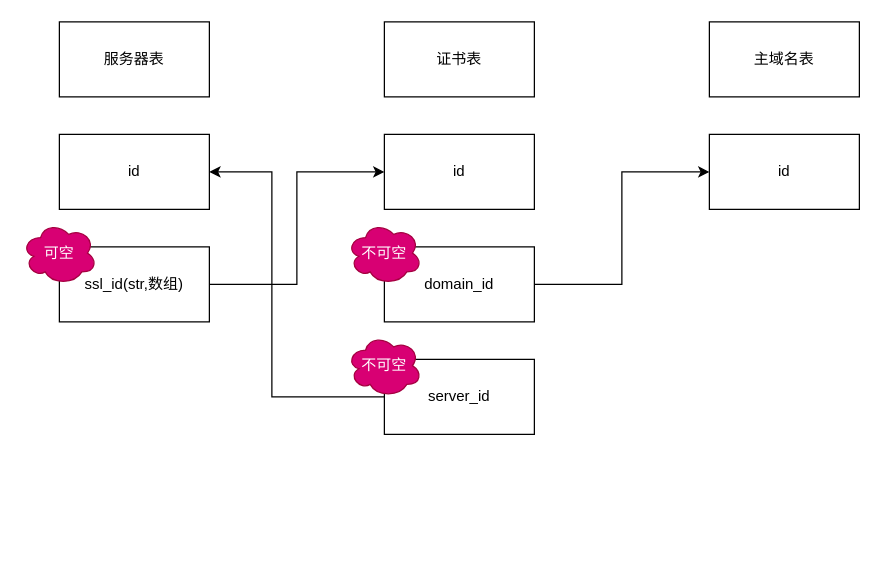
This is auto_ssl_push_svn表逻辑.drawio from buyfakett/auto_ssl_push_svn, a draw.io file, before an edit. Source tidied: cells renumbered, new cells numbered last; positions are measured from the earlier drawing's top-left corner, leaving out a move shared by most shapes. Both pictures are drawn from the tidied source at 125%, with x=0, y=0 at pixel (21, 21).
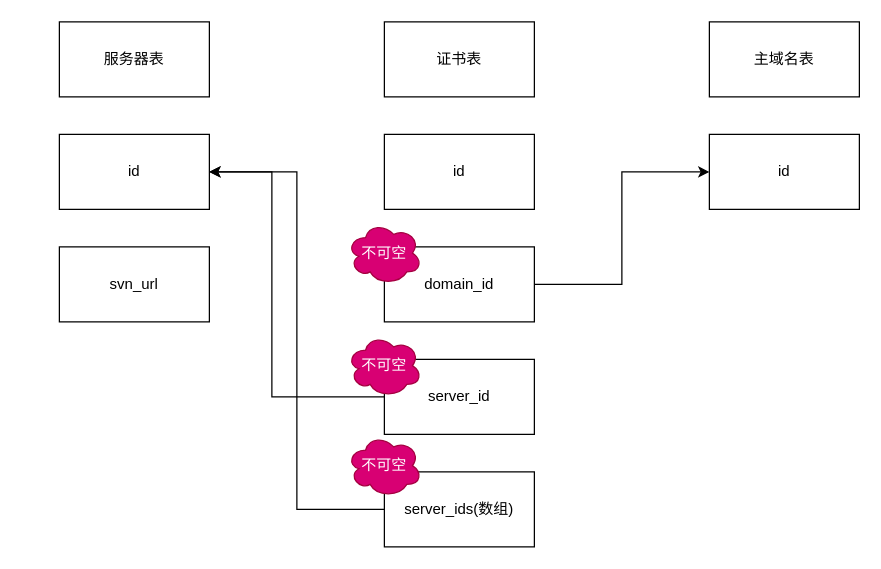
The same diagram, later.

Diff of the diagram source:
```diff
@@
 <mxGraphModel>
   <root>
     <mxCell id="0" />
     <mxCell id="1" parent="0" />
     <mxCell id="2" value="服务器表" style="rounded=0;whiteSpace=wrap;html=1;" parent="1" vertex="1">
       <mxGeometry x="30" width="120" height="60" as="geometry" />
     </mxCell>
     <mxCell id="3" value="证书表" style="rounded=0;whiteSpace=wrap;html=1;" parent="1" vertex="1">
       <mxGeometry x="290" width="120" height="60" as="geometry" />
     </mxCell>
     <mxCell id="4" value="主域名表" style="rounded=0;whiteSpace=wrap;html=1;" parent="1" vertex="1">
       <mxGeometry x="550" width="120" height="60" as="geometry" />
     </mxCell>
     <mxCell id="5" value="id" style="rounded=0;whiteSpace=wrap;html=1;" parent="1" vertex="1">
       <mxGeometry x="30" y="90" width="120" height="60" as="geometry" />
     </mxCell>
     <mxCell id="6" value="id" style="rounded=0;whiteSpace=wrap;html=1;" parent="1" vertex="1">
       <mxGeometry x="550" y="90" width="120" height="60" as="geometry" />
     </mxCell>
     <mxCell id="7" value="id" style="rounded=0;whiteSpace=wrap;html=1;" parent="1" vertex="1">
       <mxGeometry x="290" y="90" width="120" height="60" as="geometry" />
     </mxCell>
-    <mxCell id="8" style="edgeStyle=orthogonalEdgeStyle;rounded=0;jettySize=auto;html=1;entryX=0;entryY=0.5;entryDx=0;entryDy=0;" parent="1" edge="1" source="9" target="7">
-      <mxGeometry relative="1" as="geometry" />
-    </mxCell>
+    <mxCell id="17" style="edgeStyle=orthogonalEdgeStyle;rounded=0;jettySize=auto;html=1;entryX=1;entryY=0.5;entryDx=0;entryDy=0;" parent="1" edge="1" source="9" target="5">
+      <mxGeometry relative="1" as="geometry" />
+    </mxCell>
-    <mxCell id="9" value="ssl_id(str,数组)" style="rounded=0;whiteSpace=wrap;html=1;" parent="1" vertex="1">
-      <mxGeometry x="30" y="180" width="120" height="60" as="geometry" />
+    <mxCell id="9" value="server_ids(数组)" style="rounded=0;whiteSpace=wrap;html=1;" parent="1" vertex="1">
+      <mxGeometry x="290" y="360" width="120" height="60" as="geometry" />
     </mxCell>
     <mxCell id="10" style="edgeStyle=orthogonalEdgeStyle;rounded=0;jettySize=auto;html=1;exitX=1;exitY=0.5;exitDx=0;exitDy=0;entryX=0;entryY=0.5;entryDx=0;entryDy=0;" parent="1" edge="1" source="11" target="6">
       <mxGeometry relative="1" as="geometry" />
     </mxCell>
     <mxCell id="11" value="domain_id" style="rounded=0;whiteSpace=wrap;html=1;" parent="1" vertex="1">
       <mxGeometry x="290" y="180" width="120" height="60" as="geometry" />
     </mxCell>
     <mxCell id="12" style="edgeStyle=orthogonalEdgeStyle;rounded=0;jettySize=auto;html=1;entryX=1;entryY=0.5;entryDx=0;entryDy=0;" parent="1" edge="1" source="13" target="5">
       <mxGeometry relative="1" as="geometry">
         <Array as="points">
           <mxPoint x="200" y="300" />
           <mxPoint x="200" y="120" />
         </Array>
       </mxGeometry>
     </mxCell>
     <mxCell id="13" value="server_id" style="rounded=0;whiteSpace=wrap;html=1;" parent="1" vertex="1">
       <mxGeometry x="290" y="270" width="120" height="60" as="geometry" />
     </mxCell>
-    <mxCell id="14" value="可空" style="ellipse;shape=cloud;whiteSpace=wrap;html=1;fillColor=#d80073;fontColor=#ffffff;strokeColor=#A50040;" parent="1" vertex="1">
-      <mxGeometry y="160" width="60" height="50" as="geometry" />
-    </mxCell>
     <mxCell id="15" value="不可空" style="ellipse;shape=cloud;whiteSpace=wrap;html=1;fillColor=#d80073;fontColor=#ffffff;strokeColor=#A50040;" parent="1" vertex="1">
       <mxGeometry x="260" y="250" width="60" height="50" as="geometry" />
     </mxCell>
     <mxCell id="16" value="不可空" style="ellipse;shape=cloud;whiteSpace=wrap;html=1;fillColor=#d80073;fontColor=#ffffff;strokeColor=#A50040;" parent="1" vertex="1">
       <mxGeometry x="260" y="160" width="60" height="50" as="geometry" />
     </mxCell>
+    <mxCell id="18" value="不可空" style="ellipse;shape=cloud;whiteSpace=wrap;html=1;fillColor=#d80073;fontColor=#ffffff;strokeColor=#A50040;" parent="1" vertex="1">
+      <mxGeometry x="260" y="330" width="60" height="50" as="geometry" />
+    </mxCell>
+    <mxCell id="19" value="svn_url" style="rounded=0;whiteSpace=wrap;html=1;" parent="1" vertex="1">
+      <mxGeometry x="30" y="180" width="120" height="60" as="geometry" />
+    </mxCell>
   </root>
 </mxGraphModel>
```
